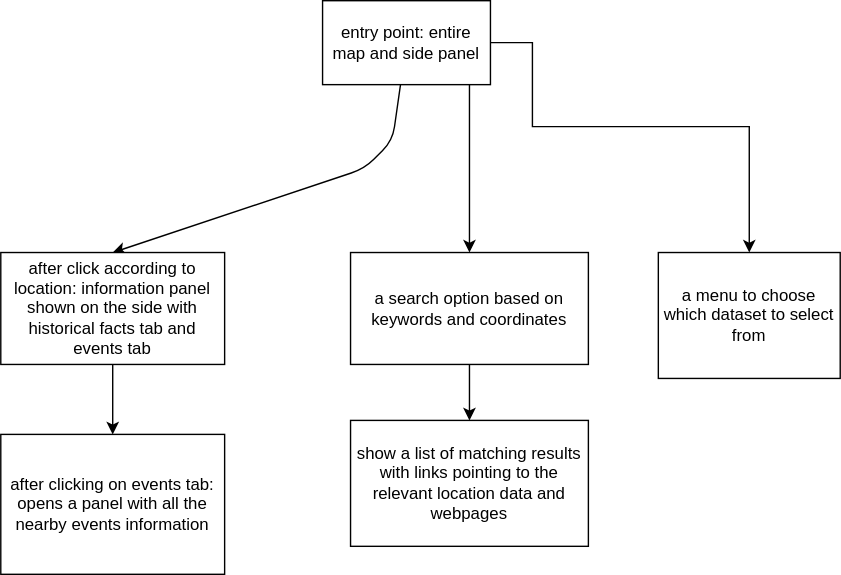
The draw.io diagram ux-design/wireframe.svg in sachiniyer/resow, before a commit. Source tidied: cells renumbered, new cells last; positions are measured from the earlier drawing's top-left corner, leaving out a move shared by most shapes.
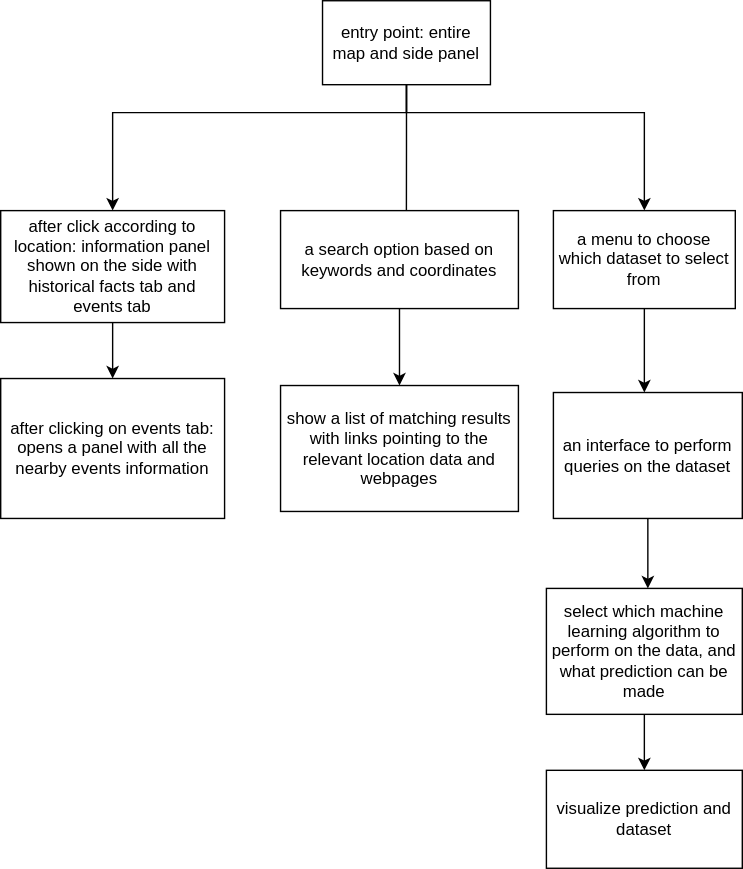
Later version of the same file.

The edit, as a diff of the source:
```diff
@@ -2,56 +2,70 @@
   <root>
     <mxCell id="0" />
     <mxCell id="1" parent="0" />
+    <mxCell id="4" style="edgeStyle=orthogonalEdgeStyle;rounded=0;jettySize=auto;html=1;entryX=0.5;entryY=0;entryDx=0;entryDy=0;" parent="1" edge="1" source="5" target="12">
+      <mxGeometry relative="1" as="geometry">
+        <Array as="points">
+          <mxPoint x="220" y="80" />
+          <mxPoint x="390" y="80" />
+        </Array>
+      </mxGeometry>
+    </mxCell>
-    <mxCell id="2" style="edgeStyle=none;html=1;entryX=0.5;entryY=0;entryDx=0;entryDy=0;" parent="1" edge="1" source="5" target="7">
+    <mxCell id="2" style="edgeStyle=orthogonalEdgeStyle;rounded=0;jettySize=auto;html=1;" parent="1" edge="1" source="5" target="7">
       <mxGeometry relative="1" as="geometry">
         <Array as="points">
-          <mxPoint x="280" y="100" />
-          <mxPoint x="260" y="120" />
+          <mxPoint x="220" y="80" />
+          <mxPoint x="10" y="80" />
         </Array>
       </mxGeometry>
     </mxCell>
-    <mxCell id="3" style="edgeStyle=orthogonalEdgeStyle;rounded=0;jettySize=auto;html=1;entryX=0.5;entryY=0;entryDx=0;entryDy=0;" parent="1" edge="1" source="5" target="10">
-      <mxGeometry relative="1" as="geometry">
-        <Array as="points">
-          <mxPoint x="335" y="120" />
-          <mxPoint x="335" y="120" />
-        </Array>
-      </mxGeometry>
+    <mxCell id="3" style="edgeStyle=orthogonalEdgeStyle;rounded=0;jettySize=auto;html=1;exitX=0.5;exitY=1;exitDx=0;exitDy=0;entryX=0.529;entryY=0.125;entryDx=0;entryDy=0;entryPerimeter=0;" parent="1" edge="1" source="5" target="10">
+      <mxGeometry relative="1" as="geometry" />
     </mxCell>
-    <mxCell id="4" style="edgeStyle=orthogonalEdgeStyle;rounded=0;jettySize=auto;html=1;entryX=0.5;entryY=0;entryDx=0;entryDy=0;" parent="1" edge="1" source="5" target="12">
-      <mxGeometry relative="1" as="geometry">
-        <Array as="points">
-          <mxPoint x="380" y="30" />
-          <mxPoint x="380" y="90" />
-          <mxPoint x="535" y="90" />
-        </Array>
-      </mxGeometry>
-    </mxCell>
     <mxCell id="5" value="&lt;div&gt;entry point: entire map and side panel&lt;/div&gt;" style="whiteSpace=wrap;html=1;" parent="1" vertex="1">
-      <mxGeometry x="230" width="120" height="60" as="geometry" />
+      <mxGeometry x="160" width="120" height="60" as="geometry" />
     </mxCell>
     <mxCell id="6" style="edgeStyle=orthogonalEdgeStyle;rounded=0;jettySize=auto;html=1;" parent="1" edge="1" source="7" target="8">
       <mxGeometry relative="1" as="geometry" />
     </mxCell>
     <mxCell id="7" value="after click according to location: information panel shown on the side with historical facts tab and events tab" style="whiteSpace=wrap;html=1;" parent="1" vertex="1">
-      <mxGeometry y="180" width="160" height="80" as="geometry" />
+      <mxGeometry x="-70" y="150" width="160" height="80" as="geometry" />
     </mxCell>
     <mxCell id="8" value="after clicking on events tab: opens a panel with all the nearby events information" style="rounded=0;whiteSpace=wrap;html=1;" parent="1" vertex="1">
-      <mxGeometry y="310" width="160" height="100" as="geometry" />
+      <mxGeometry x="-70" y="270" width="160" height="100" as="geometry" />
     </mxCell>
-    <mxCell id="9" style="edgeStyle=orthogonalEdgeStyle;rounded=0;jettySize=auto;html=1;" parent="1" edge="1" source="10">
-      <mxGeometry relative="1" as="geometry">
-        <mxPoint x="335" y="300" as="targetPoint" />
-      </mxGeometry>
-    </mxCell>
+    <mxCell id="13" style="edgeStyle=orthogonalEdgeStyle;rounded=0;jettySize=auto;html=1;exitX=0.5;exitY=1;exitDx=0;exitDy=0;entryX=0.5;entryY=0;entryDx=0;entryDy=0;entryPerimeter=0;" parent="1" edge="1" source="10" target="11">
+      <mxGeometry relative="1" as="geometry" />
+    </mxCell>
     <mxCell id="10" value="a search option based on keywords and coordinates" style="whiteSpace=wrap;html=1;" parent="1" vertex="1">
-      <mxGeometry x="250" y="180" width="170" height="80" as="geometry" />
+      <mxGeometry x="130" y="150" width="170" height="70" as="geometry" />
     </mxCell>
     <mxCell id="11" value="show a list of matching results with links pointing to the relevant location data and webpages" style="whiteSpace=wrap;html=1;" parent="1" vertex="1">
-      <mxGeometry x="250" y="300" width="170" height="90" as="geometry" />
+      <mxGeometry x="130" y="275" width="170" height="90" as="geometry" />
     </mxCell>
+    <mxCell id="14" style="edgeStyle=orthogonalEdgeStyle;rounded=0;jettySize=auto;html=1;exitX=0.5;exitY=1;exitDx=0;exitDy=0;" parent="1" edge="1" source="12">
+      <mxGeometry relative="1" as="geometry">
+        <mxPoint x="390" y="280" as="targetPoint" />
+      </mxGeometry>
+    </mxCell>
     <mxCell id="12" value="a menu to choose which dataset to select from" style="whiteSpace=wrap;html=1;" parent="1" vertex="1">
-      <mxGeometry x="470" y="180" width="130" height="90" as="geometry" />
+      <mxGeometry x="325" y="150" width="130" height="70" as="geometry" />
     </mxCell>
+    <mxCell id="15" style="edgeStyle=orthogonalEdgeStyle;rounded=0;jettySize=auto;html=1;" parent="1" edge="1" source="16">
+      <mxGeometry relative="1" as="geometry">
+        <mxPoint x="392.5" y="420" as="targetPoint" />
+      </mxGeometry>
+    </mxCell>
+    <mxCell id="16" value="an interface to perform queries on the dataset" style="whiteSpace=wrap;html=1;" parent="1" vertex="1">
+      <mxGeometry x="325" y="280" width="135" height="90" as="geometry" />
+    </mxCell>
+    <mxCell id="17" style="edgeStyle=orthogonalEdgeStyle;rounded=0;jettySize=auto;html=1;entryX=0.5;entryY=0;entryDx=0;entryDy=0;" parent="1" edge="1" source="18" target="19">
+      <mxGeometry relative="1" as="geometry" />
+    </mxCell>
+    <mxCell id="18" value="select which machine learning algorithm to perform on the data, and what prediction can be made" style="whiteSpace=wrap;html=1;" parent="1" vertex="1">
+      <mxGeometry x="320" y="420" width="140" height="90" as="geometry" />
+    </mxCell>
+    <mxCell id="19" value="visualize prediction and dataset" style="whiteSpace=wrap;html=1;" parent="1" vertex="1">
+      <mxGeometry x="320" y="550" width="140" height="70" as="geometry" />
+    </mxCell>
   </root>
 </mxGraphModel>
```
